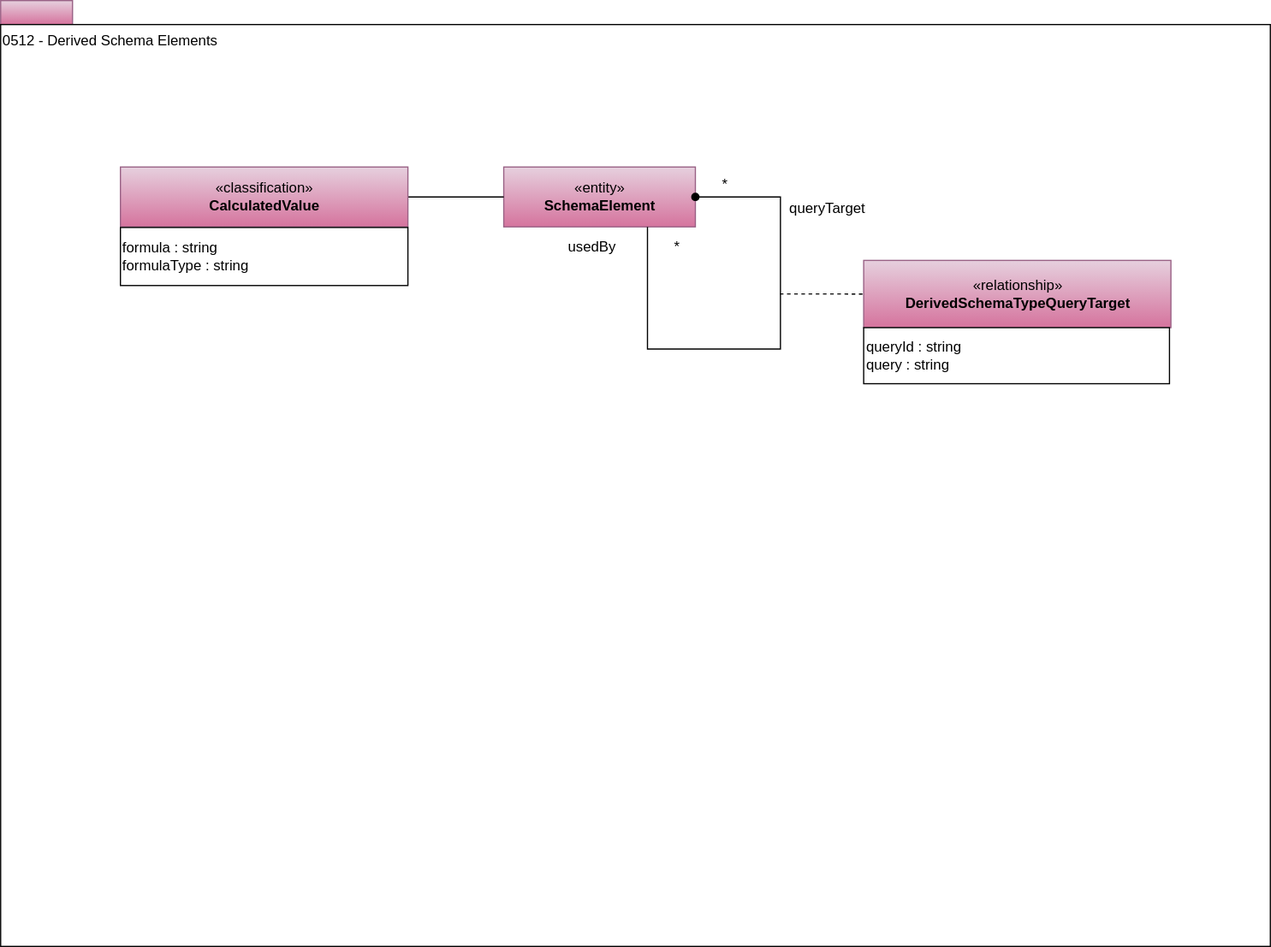
Earlier version of the draw.io export site/docs/types/5/0512-Derived-Schema-Elements.svg (odpi/egeria-docs). Source tidied: cells renumbered, new cells last; positions are measured from the earlier drawing's top-left corner, leaving out a move shared by most shapes.
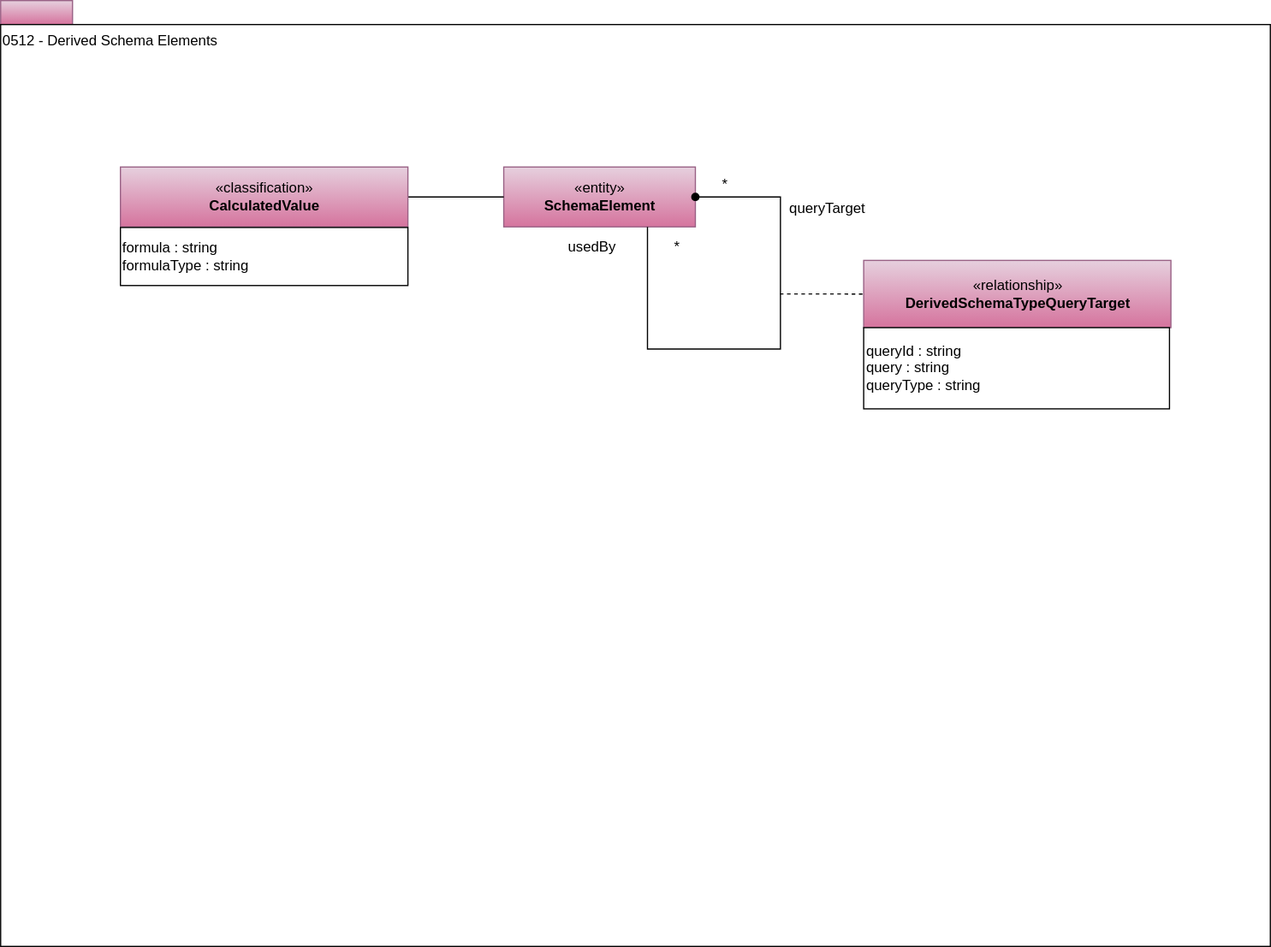
Later version of the same file.

Commit message:
Add SchemaAttributeLineageMapping relationship

What changed in the source:
```diff
@@ -29,13 +29,13 @@
       </mxGeometry>
     </mxCell>
     <mxCell id="10" style="group;" parent="1" vertex="1">
-      <mxGeometry x="720.5" y="217" width="256.5" height="103" as="geometry" />
+      <mxGeometry x="720.5" y="217" width="256.5" height="124" as="geometry" />
     </mxCell>
     <mxCell id="11" value="«relationship»&lt;br&gt;&lt;b&gt;DerivedSchemaTypeQueryTarget&lt;/b&gt;" style="html=1;strokeColor=#996185;align=center;fillColor=#e6d0de;gradientColor=#d5739d;" parent="10" vertex="1">
       <mxGeometry width="256.5" height="56.2" as="geometry" />
     </mxCell>
-    <mxCell id="12" value="&lt;div style=&quot;text-align: left&quot;&gt;&lt;span&gt;queryId : string&lt;/span&gt;&lt;/div&gt;&lt;div style=&quot;text-align: left&quot;&gt;&lt;span&gt;query : string&lt;/span&gt;&lt;/div&gt;" style="rounded=0;whiteSpace=wrap;html=1;strokeColor=#000000;gradientColor=#ffffff;align=left;" parent="10" vertex="1">
-      <mxGeometry y="56.2" width="255.3" height="46.8" as="geometry" />
+    <mxCell id="12" value="&lt;div style=&quot;text-align: left&quot;&gt;&lt;span&gt;queryId : string&lt;/span&gt;&lt;/div&gt;&lt;div style=&quot;text-align: left&quot;&gt;&lt;span&gt;query : string&lt;/span&gt;&lt;/div&gt;&lt;div style=&quot;text-align: left&quot;&gt;&lt;span&gt;queryType : string&lt;/span&gt;&lt;/div&gt;" style="rounded=0;whiteSpace=wrap;html=1;strokeColor=#000000;gradientColor=#ffffff;align=left;" parent="10" vertex="1">
+      <mxGeometry y="56.2" width="255.3" height="67.8" as="geometry" />
     </mxCell>
     <mxCell id="13" style="edgeStyle=orthogonalEdgeStyle;rounded=0;jettySize=auto;html=1;exitX=1;exitY=0.5;exitDx=0;exitDy=0;entryX=0;entryY=0.5;entryDx=0;entryDy=0;startSize=6;endArrow=none;endFill=0;endSize=16;" parent="1" edge="1" source="14" target="4">
       <mxGeometry relative="1" as="geometry" />
```
